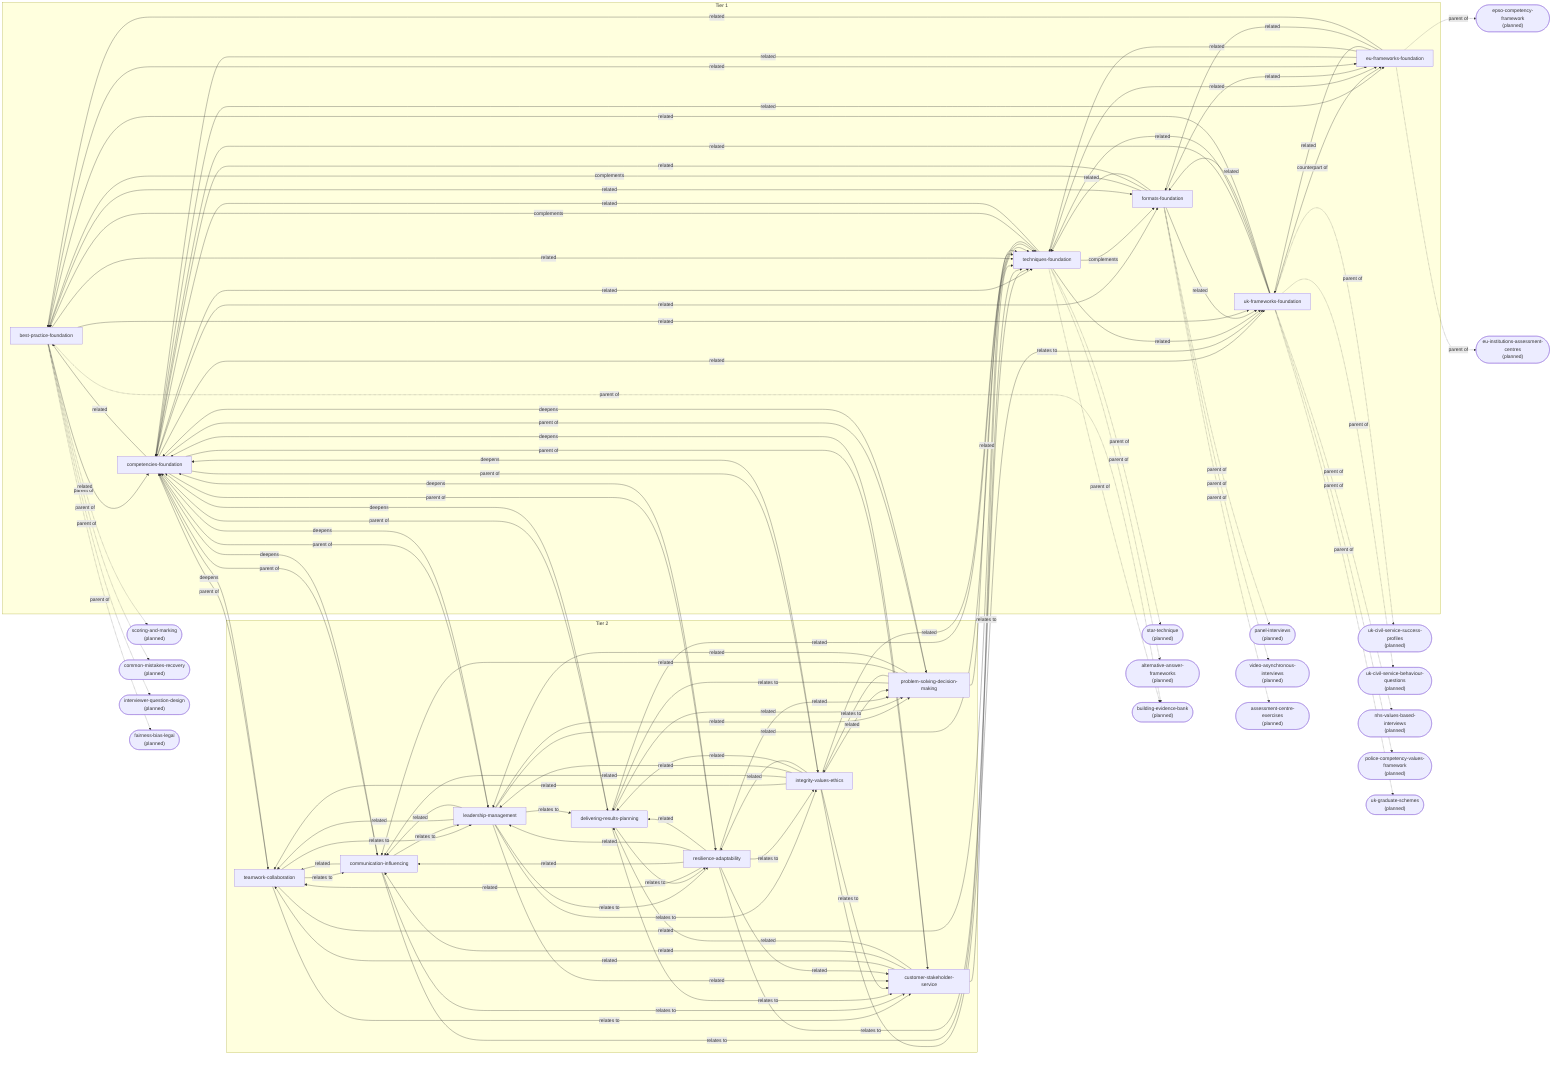
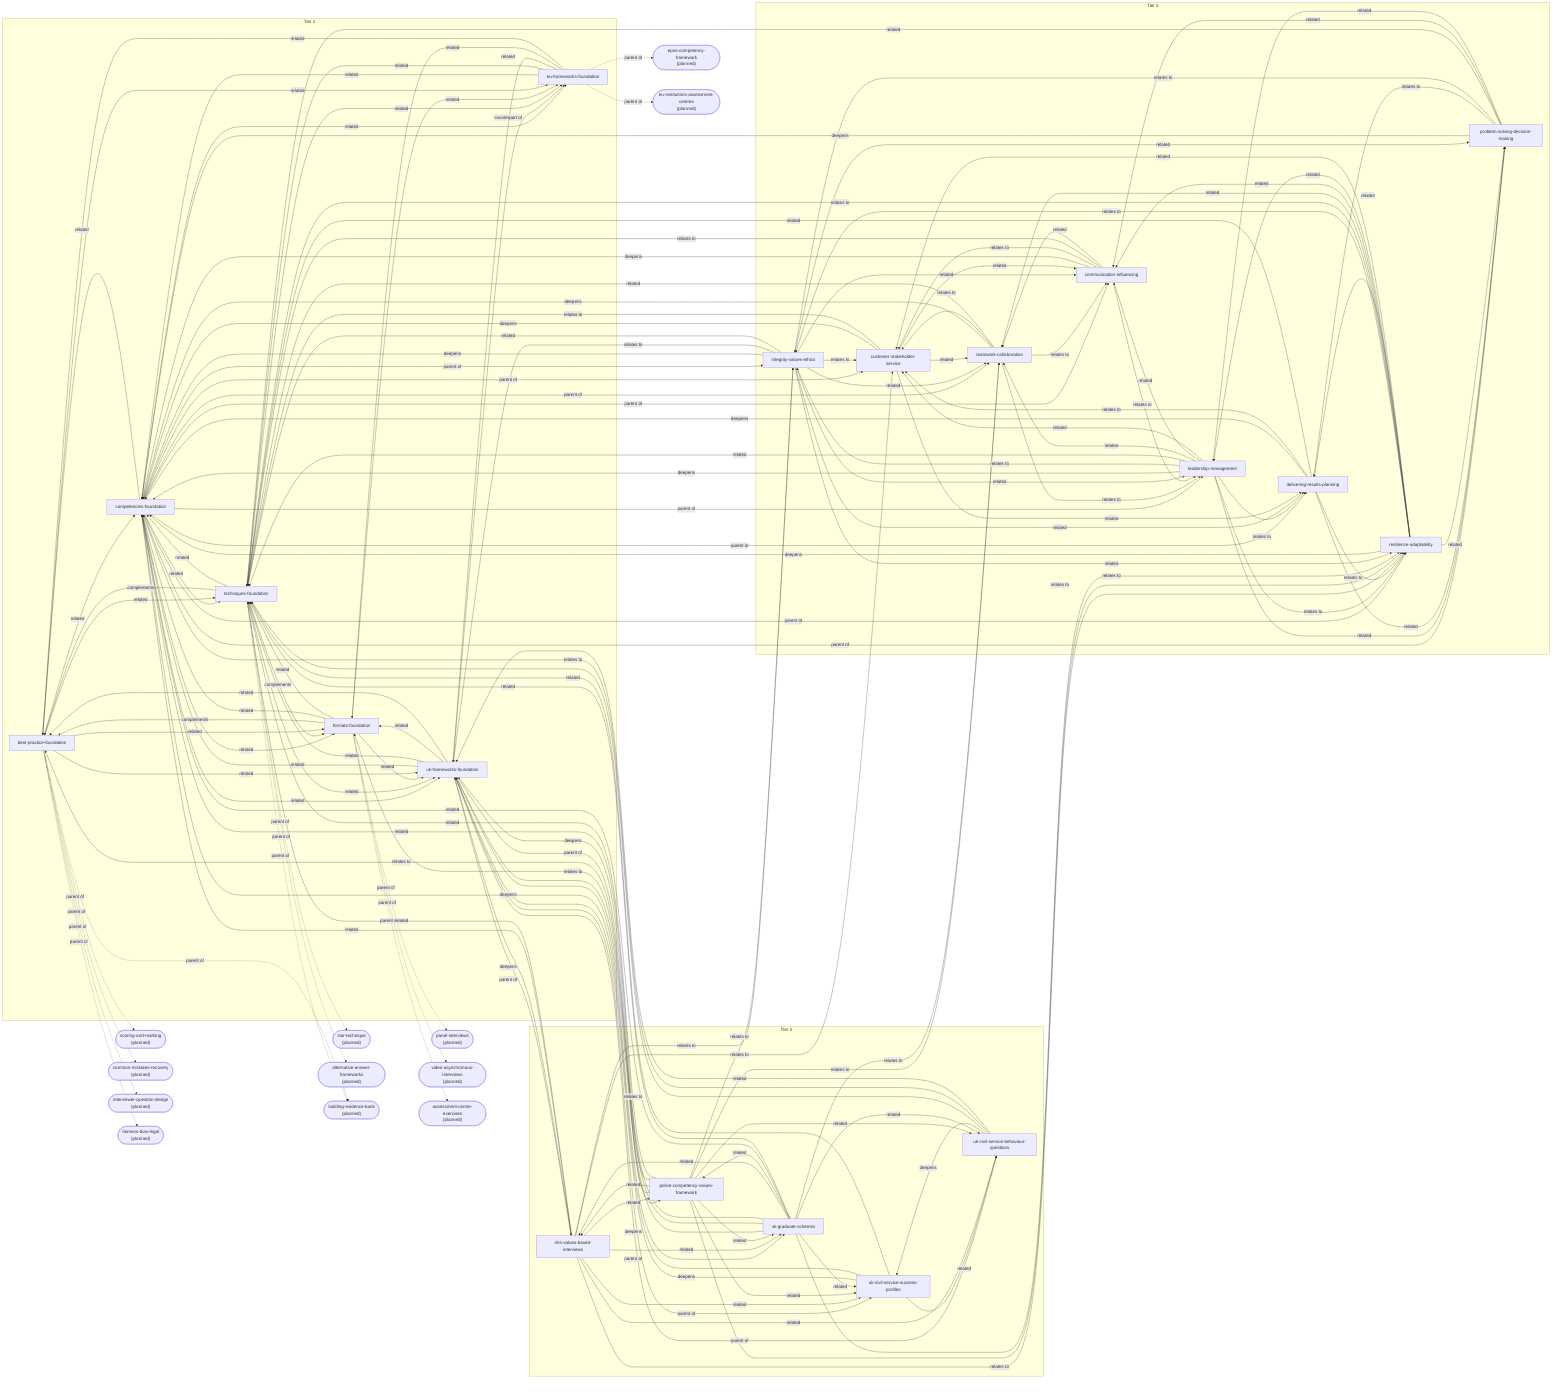
graph LR
  subgraph Tier1["Tier 1"]
    best_practice_foundation["best-practice-foundation"]
    competencies_foundation["competencies-foundation"]
    eu_frameworks_foundation["eu-frameworks-foundation"]
    formats_foundation["formats-foundation"]
    techniques_foundation["techniques-foundation"]
    uk_frameworks_foundation["uk-frameworks-foundation"]
  end
  subgraph Tier2["Tier 2"]
    communication_influencing["communication-influencing"]
    customer_stakeholder_service["customer-stakeholder-service"]
    delivering_results_planning["delivering-results-planning"]
    integrity_values_ethics["integrity-values-ethics"]
    leadership_management["leadership-management"]
    problem_solving_decision_making["problem-solving-decision-making"]
    resilience_adaptability["resilience-adaptability"]
    teamwork_collaboration["teamwork-collaboration"]
+   end
+   subgraph Tier3["Tier 3"]
+     nhs_values_based_interviews["nhs-values-based-interviews"]
+     police_competency_values_framework["police-competency-values-framework"]
+     uk_civil_service_behaviour_questions["uk-civil-service-behaviour-questions"]
+     uk_civil_service_success_profiles["uk-civil-service-success-profiles"]
+     uk_graduate_schemes["uk-graduate-schemes"]
  end
  competencies_foundation -->|related| techniques_foundation
  competencies_foundation -->|related| uk_frameworks_foundation
  competencies_foundation -->|related| eu_frameworks_foundation
  competencies_foundation -->|related| formats_foundation
  competencies_foundation -->|related| best_practice_foundation
  uk_frameworks_foundation -->|counterpart of| eu_frameworks_foundation
  techniques_foundation -->|complements| formats_foundation
  techniques_foundation -->|complements| best_practice_foundation
  formats_foundation -->|complements| best_practice_foundation
  competencies_foundation -->|parent of| teamwork_collaboration
  competencies_foundation -->|parent of| communication_influencing
  competencies_foundation -->|parent of| leadership_management
  competencies_foundation -->|parent of| problem_solving_decision_making
  competencies_foundation -->|parent of| delivering_results_planning
  competencies_foundation -->|parent of| resilience_adaptability
  competencies_foundation -->|parent of| integrity_values_ethics
  competencies_foundation -->|parent of| customer_stakeholder_service
  teamwork_collaboration -->|deepens| competencies_foundation
  teamwork_collaboration -->|relates to| communication_influencing
  teamwork_collaboration -->|relates to| leadership_management
  teamwork_collaboration -->|relates to| customer_stakeholder_service
  communication_influencing -->|deepens| competencies_foundation
  communication_influencing -->|relates to| leadership_management
  communication_influencing -->|relates to| customer_stakeholder_service
  communication_influencing -->|relates to| techniques_foundation
  leadership_management -->|deepens| competencies_foundation
  leadership_management -->|relates to| delivering_results_planning
  leadership_management -->|relates to| integrity_values_ethics
  leadership_management -->|relates to| resilience_adaptability
  problem_solving_decision_making -->|deepens| competencies_foundation
  problem_solving_decision_making -->|relates to| delivering_results_planning
  problem_solving_decision_making -->|relates to| integrity_values_ethics
  delivering_results_planning -->|deepens| competencies_foundation
  delivering_results_planning -->|relates to| resilience_adaptability
  delivering_results_planning -->|relates to| customer_stakeholder_service
  resilience_adaptability -->|deepens| competencies_foundation
  resilience_adaptability -->|relates to| integrity_values_ethics
  resilience_adaptability -->|relates to| techniques_foundation
  integrity_values_ethics -->|deepens| competencies_foundation
  integrity_values_ethics -->|relates to| uk_frameworks_foundation
  integrity_values_ethics -->|relates to| customer_stakeholder_service
  customer_stakeholder_service -->|deepens| competencies_foundation
  customer_stakeholder_service -->|relates to| techniques_foundation
  star_technique(["star-technique<br/>(planned)"])
  techniques_foundation -.->|parent of| star_technique
  alternative_answer_frameworks(["alternative-answer-frameworks<br/>(planned)"])
  techniques_foundation -.->|parent of| alternative_answer_frameworks
  building_evidence_bank(["building-evidence-bank<br/>(planned)"])
  techniques_foundation -.->|parent of| building_evidence_bank
-   uk_civil_service_success_profiles(["uk-civil-service-success-profiles<br/>(planned)"])
-   uk_frameworks_foundation -.->|parent of| uk_civil_service_success_profiles
-   uk_civil_service_behaviour_questions(["uk-civil-service-behaviour-questions<br/>(planned)"])
-   uk_frameworks_foundation -.->|parent of| uk_civil_service_behaviour_questions
-   nhs_values_based_interviews(["nhs-values-based-interviews<br/>(planned)"])
-   uk_frameworks_foundation -.->|parent of| nhs_values_based_interviews
-   police_competency_values_framework(["police-competency-values-framework<br/>(planned)"])
-   uk_frameworks_foundation -.->|parent of| police_competency_values_framework
-   uk_graduate_schemes(["uk-graduate-schemes<br/>(planned)"])
-   uk_frameworks_foundation -.->|parent of| uk_graduate_schemes
+   uk_frameworks_foundation -->|parent of| uk_civil_service_success_profiles
+   uk_frameworks_foundation -->|parent of| uk_civil_service_behaviour_questions
+   uk_frameworks_foundation -->|parent of| nhs_values_based_interviews
+   uk_frameworks_foundation -->|parent of| police_competency_values_framework
+   uk_frameworks_foundation -->|parent of| uk_graduate_schemes
+   uk_civil_service_success_profiles -->|deepens| uk_frameworks_foundation
+   uk_civil_service_success_profiles -->|deepens| competencies_foundation
+   uk_civil_service_behaviour_questions -->|deepens| uk_civil_service_success_profiles
+   uk_civil_service_behaviour_questions -->|relates to| techniques_foundation
+   uk_civil_service_behaviour_questions -->|relates to| competencies_foundation
+   nhs_values_based_interviews -->|deepens| uk_frameworks_foundation
+   nhs_values_based_interviews -->|relates to| integrity_values_ethics
+   nhs_values_based_interviews -->|relates to| customer_stakeholder_service
+   nhs_values_based_interviews -->|relates to| resilience_adaptability
+   police_competency_values_framework -->|deepens| uk_frameworks_foundation
+   police_competency_values_framework -->|relates to| integrity_values_ethics
+   police_competency_values_framework -->|relates to| resilience_adaptability
+   police_competency_values_framework -->|relates to| teamwork_collaboration
+   uk_graduate_schemes -->|deepens| uk_frameworks_foundation
+   uk_graduate_schemes -->|relates to| formats_foundation
+   uk_graduate_schemes -->|relates to| best_practice_foundation
+   uk_graduate_schemes -->|relates to| resilience_adaptability
+   uk_graduate_schemes -->|relates to| teamwork_collaboration
  epso_competency_framework(["epso-competency-framework<br/>(planned)"])
  eu_frameworks_foundation -.->|parent of| epso_competency_framework
  eu_institutions_assessment_centres(["eu-institutions-assessment-centres<br/>(planned)"])
  eu_frameworks_foundation -.->|parent of| eu_institutions_assessment_centres
  panel_interviews(["panel-interviews<br/>(planned)"])
  formats_foundation -.->|parent of| panel_interviews
  video_asynchronous_interviews(["video-asynchronous-interviews<br/>(planned)"])
  formats_foundation -.->|parent of| video_asynchronous_interviews
  assessment_centre_exercises(["assessment-centre-exercises<br/>(planned)"])
  formats_foundation -.->|parent of| assessment_centre_exercises
  best_practice_foundation -.->|parent of| building_evidence_bank
  scoring_and_marking(["scoring-and-marking<br/>(planned)"])
  best_practice_foundation -.->|parent of| scoring_and_marking
  common_mistakes_recovery(["common-mistakes-recovery<br/>(planned)"])
  best_practice_foundation -.->|parent of| common_mistakes_recovery
  interviewer_question_design(["interviewer-question-design<br/>(planned)"])
  best_practice_foundation -.->|parent of| interviewer_question_design
  fairness_bias_legal(["fairness-bias-legal<br/>(planned)"])
  best_practice_foundation -.->|parent of| fairness_bias_legal
  techniques_foundation -->|related| competencies_foundation
  techniques_foundation -->|related| uk_frameworks_foundation
  techniques_foundation -->|related| eu_frameworks_foundation
  uk_frameworks_foundation -->|related| competencies_foundation
  uk_frameworks_foundation -->|related| techniques_foundation
  uk_frameworks_foundation -->|related| formats_foundation
  uk_frameworks_foundation -->|related| best_practice_foundation
  eu_frameworks_foundation -->|related| competencies_foundation
  eu_frameworks_foundation -->|related| techniques_foundation
  eu_frameworks_foundation -->|related| uk_frameworks_foundation
  eu_frameworks_foundation -->|related| formats_foundation
  eu_frameworks_foundation -->|related| best_practice_foundation
  formats_foundation -->|related| competencies_foundation
  formats_foundation -->|related| techniques_foundation
  formats_foundation -->|related| uk_frameworks_foundation
  formats_foundation -->|related| eu_frameworks_foundation
  best_practice_foundation -->|related| competencies_foundation
  best_practice_foundation -->|related| techniques_foundation
  best_practice_foundation -->|related| uk_frameworks_foundation
  best_practice_foundation -->|related| eu_frameworks_foundation
  best_practice_foundation -->|related| formats_foundation
  teamwork_collaboration -->|related| techniques_foundation
  communication_influencing -->|related| teamwork_collaboration
  leadership_management -->|related| techniques_foundation
  leadership_management -->|related| teamwork_collaboration
  leadership_management -->|related| communication_influencing
  leadership_management -->|related| problem_solving_decision_making
  leadership_management -->|related| customer_stakeholder_service
  problem_solving_decision_making -->|related| techniques_foundation
  problem_solving_decision_making -->|related| communication_influencing
  problem_solving_decision_making -->|related| leadership_management
  delivering_results_planning -->|related| techniques_foundation
  delivering_results_planning -->|related| problem_solving_decision_making
  resilience_adaptability -->|related| teamwork_collaboration
  resilience_adaptability -->|related| communication_influencing
  resilience_adaptability -->|related| leadership_management
  resilience_adaptability -->|related| problem_solving_decision_making
  resilience_adaptability -->|related| delivering_results_planning
  resilience_adaptability -->|related| customer_stakeholder_service
  integrity_values_ethics -->|related| techniques_foundation
  integrity_values_ethics -->|related| teamwork_collaboration
  integrity_values_ethics -->|related| communication_influencing
  integrity_values_ethics -->|related| leadership_management
  integrity_values_ethics -->|related| problem_solving_decision_making
  integrity_values_ethics -->|related| delivering_results_planning
  integrity_values_ethics -->|related| resilience_adaptability
  customer_stakeholder_service -->|related| teamwork_collaboration
  customer_stakeholder_service -->|related| communication_influencing
  customer_stakeholder_service -->|related| delivering_results_planning
+   uk_civil_service_success_profiles -->|related| uk_civil_service_behaviour_questions
+   uk_civil_service_success_profiles -->|related| techniques_foundation
+   uk_civil_service_behaviour_questions -->|related| uk_frameworks_foundation
+   nhs_values_based_interviews -->|related| uk_civil_service_success_profiles
+   nhs_values_based_interviews -->|related| uk_civil_service_behaviour_questions
+   nhs_values_based_interviews -->|related| police_competency_values_framework
+   nhs_values_based_interviews -->|related| uk_graduate_schemes
+   nhs_values_based_interviews -->|related| competencies_foundation
+   nhs_values_based_interviews -->|related| techniques_foundation
+   police_competency_values_framework -->|related| uk_civil_service_success_profiles
+   police_competency_values_framework -->|related| uk_civil_service_behaviour_questions
+   police_competency_values_framework -->|related| nhs_values_based_interviews
+   police_competency_values_framework -->|related| uk_graduate_schemes
+   police_competency_values_framework -->|related| competencies_foundation
+   police_competency_values_framework -->|related| techniques_foundation
+   uk_graduate_schemes -->|related| uk_civil_service_success_profiles
+   uk_graduate_schemes -->|related| uk_civil_service_behaviour_questions
+   uk_graduate_schemes -->|related| nhs_values_based_interviews
+   uk_graduate_schemes -->|related| police_competency_values_framework
+   uk_graduate_schemes -->|related| competencies_foundation
+   uk_graduate_schemes -->|related| techniques_foundation
